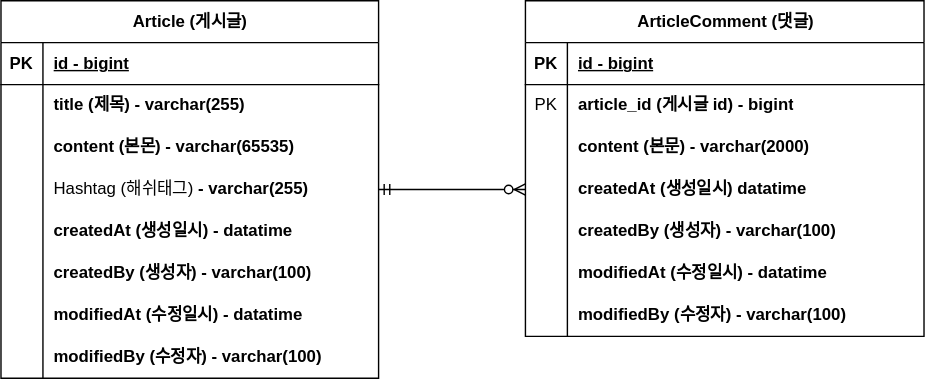
The draw.io diagram document/project-board-erd.svg in sungin95/fastcampus-project-board, before a commit. Source tidied: cells renumbered, new cells last; positions are measured from the earlier drawing's top-left corner, leaving out a move shared by most shapes.
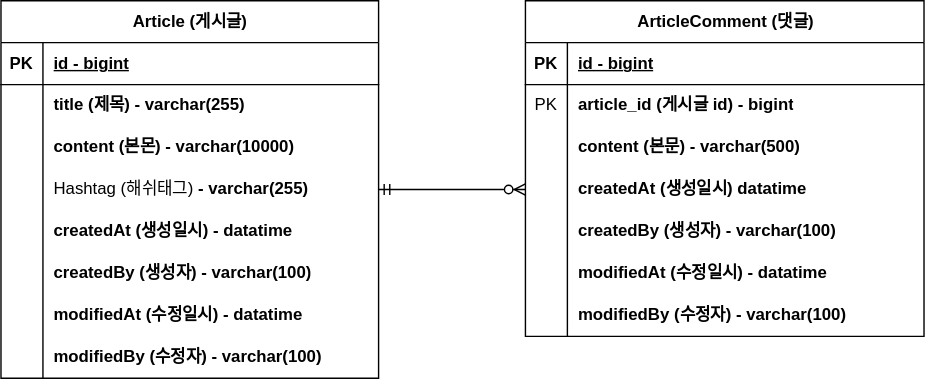
The same file after the commit.

Commit message:
#5 - ERD 업데이트: content 사이즈 변경

Change to the diagram source:
```diff
@@ -29,7 +29,7 @@
     <mxCell id="10" style="shape=partialRectangle;fillColor=none;top=0;left=0;bottom=0;right=0;overflow=hidden;whiteSpace=wrap;html=1;" parent="9" vertex="1">
       <mxGeometry width="30" height="30" as="geometry" />
     </mxCell>
-    <mxCell id="11" value="&lt;b&gt;content (본몬) - varchar(65535)&lt;/b&gt;" style="shape=partialRectangle;fillColor=none;top=0;left=0;bottom=0;right=0;align=left;spacingLeft=6;overflow=hidden;whiteSpace=wrap;html=1;" parent="9" vertex="1">
+    <mxCell id="11" value="&lt;b&gt;content (본몬) - varchar(10000)&lt;/b&gt;" style="shape=partialRectangle;fillColor=none;top=0;left=0;bottom=0;right=0;align=left;spacingLeft=6;overflow=hidden;whiteSpace=wrap;html=1;" parent="9" vertex="1">
       <mxGeometry x="30" width="240" height="30" as="geometry" />
     </mxCell>
     <mxCell id="12" style="shape=tableRow;horizontal=0;startSize=0;swimlaneHead=0;swimlaneBody=0;fillColor=none;points=[[0,0.5],[1,0.5]];portConstraint=eastwest;top=0;left=0;right=0;bottom=0;" parent="2" vertex="1">
@@ -104,7 +104,7 @@
     <mxCell id="35" style="shape=partialRectangle;fillColor=none;top=0;left=0;bottom=0;right=0;overflow=hidden;whiteSpace=wrap;html=1;" parent="34" vertex="1">
       <mxGeometry width="30" height="30" as="geometry" />
     </mxCell>
-    <mxCell id="36" value="&lt;b&gt;content (본문)&amp;nbsp;&lt;/b&gt;&lt;b style=&quot;border-color: var(--border-color);&quot;&gt;- varchar(2000)&lt;/b&gt;" style="shape=partialRectangle;fillColor=none;top=0;left=0;bottom=0;right=0;align=left;spacingLeft=6;overflow=hidden;whiteSpace=wrap;html=1;" parent="34" vertex="1">
+    <mxCell id="36" value="&lt;b&gt;content (본문)&amp;nbsp;&lt;/b&gt;&lt;b style=&quot;border-color: var(--border-color);&quot;&gt;- varchar(500)&lt;/b&gt;" style="shape=partialRectangle;fillColor=none;top=0;left=0;bottom=0;right=0;align=left;spacingLeft=6;overflow=hidden;whiteSpace=wrap;html=1;" parent="34" vertex="1">
       <mxGeometry x="30" width="255" height="30" as="geometry" />
     </mxCell>
     <mxCell id="37" style="shape=tableRow;horizontal=0;startSize=0;swimlaneHead=0;swimlaneBody=0;fillColor=none;points=[[0,0.5],[1,0.5]];portConstraint=eastwest;top=0;left=0;right=0;bottom=0;" parent="27" vertex="1">
```
